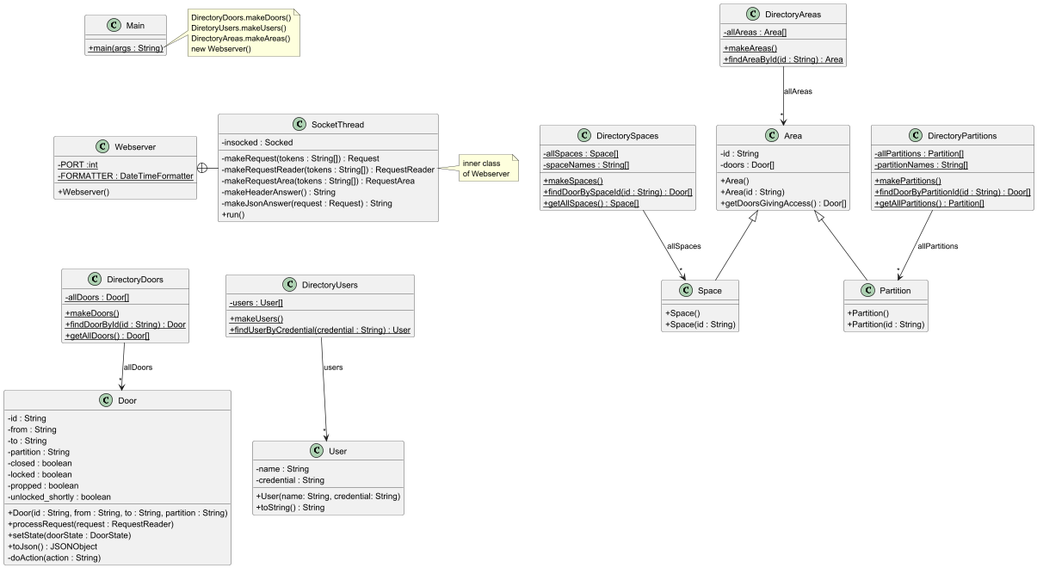
This is src/baseNoStates/uml/base_no_states.png from davidal15/Projecte-DS, a PlantUML export, as it was before one commit.
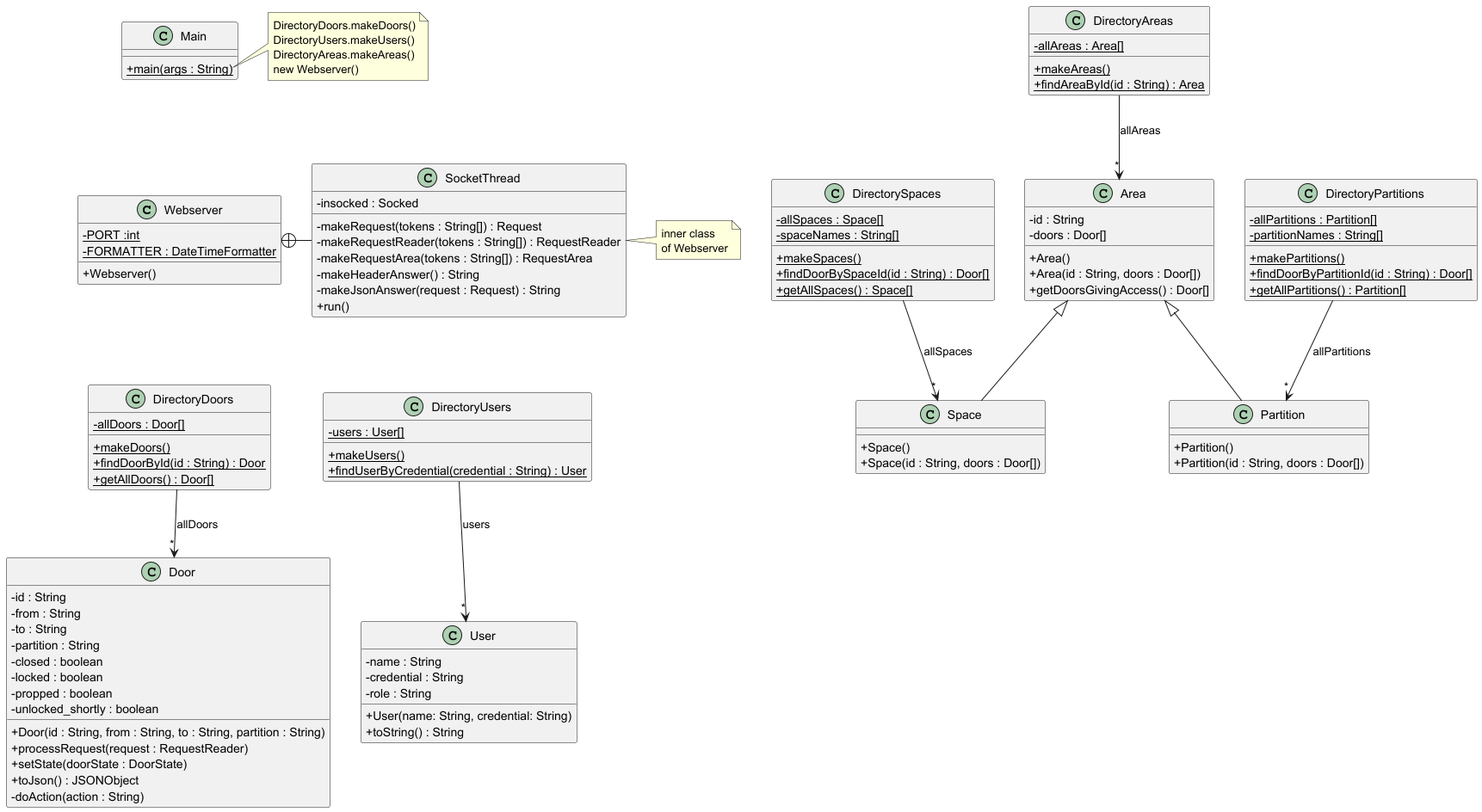
The same diagram one commit later.

Diff of the diagram source:
```diff
@@ -91,25 +91,26 @@
 class User {
 - name : String
 - credential : String
+- role : String
 + User(name: String, credential: String)
 + toString() : String
 }
 
 class Space {
 + Space()
-+ Space(id : String)
++ Space(id : String, doors : Door[])
 }
 
 class Partition {
 + Partition()
-+ Partition(id : String)
++ Partition(id : String, doors : Door[])
 }
 
 class Area {
 - id : String
 - doors : Door[]
 + Area()
-+ Area(id : String)
++ Area(id : String, doors : Door[])
 + getDoorsGivingAccess() : Door[]
 }
 
@@ -122,7 +123,7 @@
 
 note right of Main::main
 DirectoryDoors.makeDoors()
-DiretoryUsers.makeUsers()
+DirectoryUsers.makeUsers()
 DirectoryAreas.makeAreas()
 new Webserver()
 end note
```
